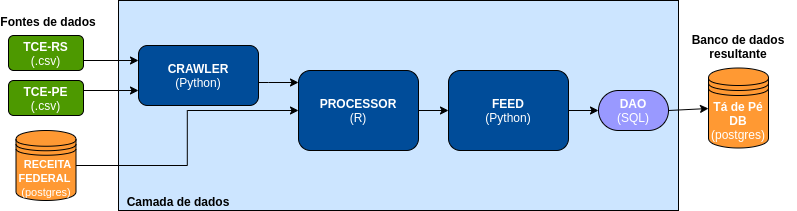
Above: img/data-pipeline.png in analytics-ufcg/ta-de-pe-dados (draw.io), before the change. Source tidied: cells renumbered, new cells last; positions are measured from the earlier drawing's top-left corner, leaving out a move shared by most shapes. Source of this version:
```xml
<mxGraphModel>
  <root>
    <mxCell id="0" />
    <mxCell id="1" parent="0" />
    <mxCell id="2" value="&lt;b&gt;Fontes de dados&lt;/b&gt;" style="text;html=1;strokeColor=none;fillColor=none;align=center;verticalAlign=middle;whiteSpace=wrap;rounded=0;" parent="1" vertex="1">
      <mxGeometry y="20" width="120" as="geometry" />
    </mxCell>
    <mxCell id="3" value="&lt;font color=&quot;#ffffff&quot;&gt;&lt;b&gt;TCE-RS&lt;/b&gt;&lt;br&gt;(.csv)&lt;br&gt;&lt;/font&gt;" style="rounded=1;whiteSpace=wrap;html=1;fillColor=#4D9900;" parent="1" vertex="1">
      <mxGeometry x="20" y="35" width="75" height="35" as="geometry" />
    </mxCell>
    <mxCell id="4" value="&lt;font color=&quot;#ffffff&quot;&gt;&lt;b&gt;TCE-PE&lt;/b&gt;&lt;br&gt;(.csv)&lt;br&gt;&lt;/font&gt;" style="rounded=1;whiteSpace=wrap;html=1;fillColor=#4D9900;" parent="1" vertex="1">
      <mxGeometry x="20" y="80" width="75" height="35" as="geometry" />
    </mxCell>
    <mxCell id="5" style="rounded=0;whiteSpace=wrap;html=1;fillColor=#CCE5FF;" parent="1" vertex="1">
      <mxGeometry x="130" width="560" height="210" as="geometry" />
    </mxCell>
    <mxCell id="6" style="edgeStyle=orthogonalEdgeStyle;rounded=0;jettySize=auto;html=1;entryX=0;entryY=0.15;entryDx=0;entryDy=0;entryPerimeter=0;" parent="1" edge="1" source="7" target="10">
      <mxGeometry relative="1" as="geometry">
        <Array as="points">
          <mxPoint x="280" y="82" />
          <mxPoint x="280" y="82" />
        </Array>
      </mxGeometry>
    </mxCell>
    <mxCell id="7" value="&lt;font color=&quot;#ffffff&quot;&gt;&lt;font style=&quot;font-weight: bold ; font-size: 12px&quot;&gt;CRAWLER&lt;br&gt;&lt;/font&gt;(Python)&lt;br&gt;&lt;/font&gt;" style="rounded=1;whiteSpace=wrap;html=1;fillColor=#004C99;" parent="1" vertex="1">
      <mxGeometry x="150" y="45" width="120" height="60" as="geometry" />
    </mxCell>
    <mxCell id="8" value="&lt;b&gt;Camada de dados&lt;/b&gt;" style="text;html=1;strokeColor=none;fillColor=none;align=center;verticalAlign=middle;whiteSpace=wrap;rounded=0;" parent="1" vertex="1">
      <mxGeometry x="130" y="200" width="120" as="geometry" />
    </mxCell>
    <mxCell id="9" style="edgeStyle=orthogonalEdgeStyle;rounded=0;jettySize=auto;html=1;entryX=0;entryY=0.5;entryDx=0;entryDy=0;" parent="1" edge="1" source="10" target="11">
      <mxGeometry relative="1" as="geometry" />
    </mxCell>
    <mxCell id="10" value="&lt;font color=&quot;#ffffff&quot;&gt;&lt;font style=&quot;font-weight: bold ; font-size: 12px&quot;&gt;PROCESSOR&lt;br&gt;&lt;/font&gt;(R)&lt;br&gt;&lt;/font&gt;" style="rounded=1;whiteSpace=wrap;html=1;fillColor=#004C99;" parent="1" vertex="1">
      <mxGeometry x="310" y="70" width="120" height="80" as="geometry" />
    </mxCell>
    <mxCell id="11" value="&lt;font color=&quot;#ffffff&quot;&gt;&lt;font style=&quot;font-weight: bold ; font-size: 12px&quot;&gt;FEED&lt;br&gt;&lt;/font&gt;(Python)&lt;br&gt;&lt;/font&gt;" style="rounded=1;whiteSpace=wrap;html=1;fillColor=#004C99;" parent="1" vertex="1">
      <mxGeometry x="460" y="70" width="120" height="80" as="geometry" />
    </mxCell>
    <mxCell id="12" value="&lt;font color=&quot;#ffffff&quot;&gt;&lt;b&gt;DAO&lt;/b&gt;&lt;br&gt;(SQL)&lt;br&gt;&lt;/font&gt;" style="rounded=1;whiteSpace=wrap;html=1;fillColor=#9999FF;arcSize=50;" parent="1" vertex="1">
      <mxGeometry x="610" y="90" width="70" height="40" as="geometry" />
    </mxCell>
    <mxCell id="13" value="&lt;font color=&quot;#ffffff&quot;&gt;&lt;b&gt;Tá de Pé DB&lt;/b&gt;&lt;br&gt;(postgres)&lt;/font&gt;" style="shape=datastore;whiteSpace=wrap;html=1;fillColor=#FF9933;" parent="1" vertex="1">
      <mxGeometry x="720" y="67.5" width="60" height="80" as="geometry" />
    </mxCell>
    <mxCell id="14" style="endArrow=classic;html=1;" parent="1" edge="1">
      <mxGeometry relative="1" as="geometry">
        <mxPoint x="95" y="90" as="sourcePoint" />
        <mxPoint x="150" y="90" as="targetPoint" />
      </mxGeometry>
    </mxCell>
    <mxCell id="15" style="endArrow=classic;html=1;" parent="1" edge="1">
      <mxGeometry relative="1" as="geometry">
        <mxPoint x="95" y="60" as="sourcePoint" />
        <mxPoint x="150" y="60" as="targetPoint" />
      </mxGeometry>
    </mxCell>
    <mxCell id="16" style="edgeStyle=orthogonalEdgeStyle;rounded=0;jettySize=auto;html=1;strokeColor=#FFFFFF;" parent="1" edge="1" source="17" target="13">
      <mxGeometry relative="1" as="geometry" />
    </mxCell>
    <mxCell id="17" value="&lt;b&gt;Banco de dados resultante&lt;/b&gt;" style="text;html=1;strokeColor=none;fillColor=none;align=center;verticalAlign=middle;whiteSpace=wrap;rounded=0;" parent="1" vertex="1">
      <mxGeometry x="690" y="45" width="120" as="geometry" />
    </mxCell>
    <mxCell id="18" style="endArrow=classic;html=1;exitX=1;exitY=0.5;exitDx=0;exitDy=0;entryX=0;entryY=0.5;entryDx=0;entryDy=0;" parent="1" edge="1" source="11" target="12">
      <mxGeometry relative="1" as="geometry" />
    </mxCell>
    <mxCell id="19" style="endArrow=classic;html=1;strokeColor=#000000;exitX=1;exitY=0.5;exitDx=0;exitDy=0;" parent="1" edge="1" source="12">
      <mxGeometry relative="1" as="geometry">
        <mxPoint x="720" y="108" as="targetPoint" />
      </mxGeometry>
    </mxCell>
    <mxCell id="20" style="edgeStyle=orthogonalEdgeStyle;rounded=0;jettySize=auto;html=1;" parent="1" edge="1" source="21" target="10">
      <mxGeometry relative="1" as="geometry" />
    </mxCell>
    <mxCell id="21" value="&lt;font color=&quot;#ffffff&quot; style=&quot;font-size: 11px&quot;&gt;&lt;b&gt;&amp;nbsp;RECEITA FEDERAL&amp;nbsp;&lt;br&gt;&lt;/b&gt;(postgres)&lt;/font&gt;" style="shape=datastore;whiteSpace=wrap;html=1;fillColor=#FF9933;" parent="1" vertex="1">
      <mxGeometry x="27.5" y="130" width="60" height="70" as="geometry" />
    </mxCell>
  </root>
</mxGraphModel>
```
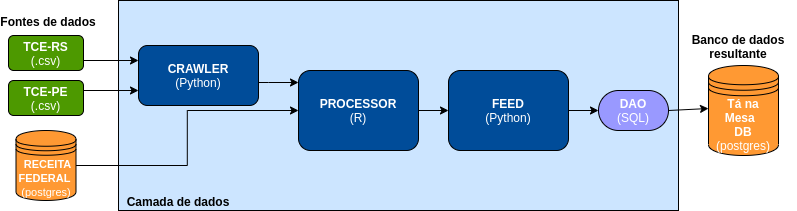
After the change.

Commit message:
Ajusta detalhes

Change to the diagram source:
```diff
@@ -40,8 +40,8 @@
     <mxCell id="12" value="&lt;font color=&quot;#ffffff&quot;&gt;&lt;b&gt;DAO&lt;/b&gt;&lt;br&gt;(SQL)&lt;br&gt;&lt;/font&gt;" style="rounded=1;whiteSpace=wrap;html=1;fillColor=#9999FF;arcSize=50;" parent="1" vertex="1">
       <mxGeometry x="610" y="90" width="70" height="40" as="geometry" />
     </mxCell>
-    <mxCell id="13" value="&lt;font color=&quot;#ffffff&quot;&gt;&lt;b&gt;Tá de Pé DB&lt;/b&gt;&lt;br&gt;(postgres)&lt;/font&gt;" style="shape=datastore;whiteSpace=wrap;html=1;fillColor=#FF9933;" parent="1" vertex="1">
-      <mxGeometry x="720" y="67.5" width="60" height="80" as="geometry" />
+    <mxCell id="13" value="&lt;font color=&quot;#ffffff&quot;&gt;&lt;b&gt;Tá na Mesa&amp;nbsp;&amp;nbsp;&lt;br&gt;DB&lt;/b&gt;&lt;br&gt;(postgres)&lt;/font&gt;" style="shape=datastore;whiteSpace=wrap;html=1;fillColor=#FF9933;" parent="1" vertex="1">
+      <mxGeometry x="720" y="65" width="70" height="90" as="geometry" />
     </mxCell>
     <mxCell id="14" style="endArrow=classic;html=1;" parent="1" edge="1">
       <mxGeometry relative="1" as="geometry">
@@ -55,9 +55,6 @@
         <mxPoint x="150" y="60" as="targetPoint" />
       </mxGeometry>
     </mxCell>
-    <mxCell id="16" style="edgeStyle=orthogonalEdgeStyle;rounded=0;jettySize=auto;html=1;strokeColor=#FFFFFF;" parent="1" edge="1" source="17" target="13">
-      <mxGeometry relative="1" as="geometry" />
-    </mxCell>
     <mxCell id="17" value="&lt;b&gt;Banco de dados resultante&lt;/b&gt;" style="text;html=1;strokeColor=none;fillColor=none;align=center;verticalAlign=middle;whiteSpace=wrap;rounded=0;" parent="1" vertex="1">
       <mxGeometry x="690" y="45" width="120" as="geometry" />
     </mxCell>
```
